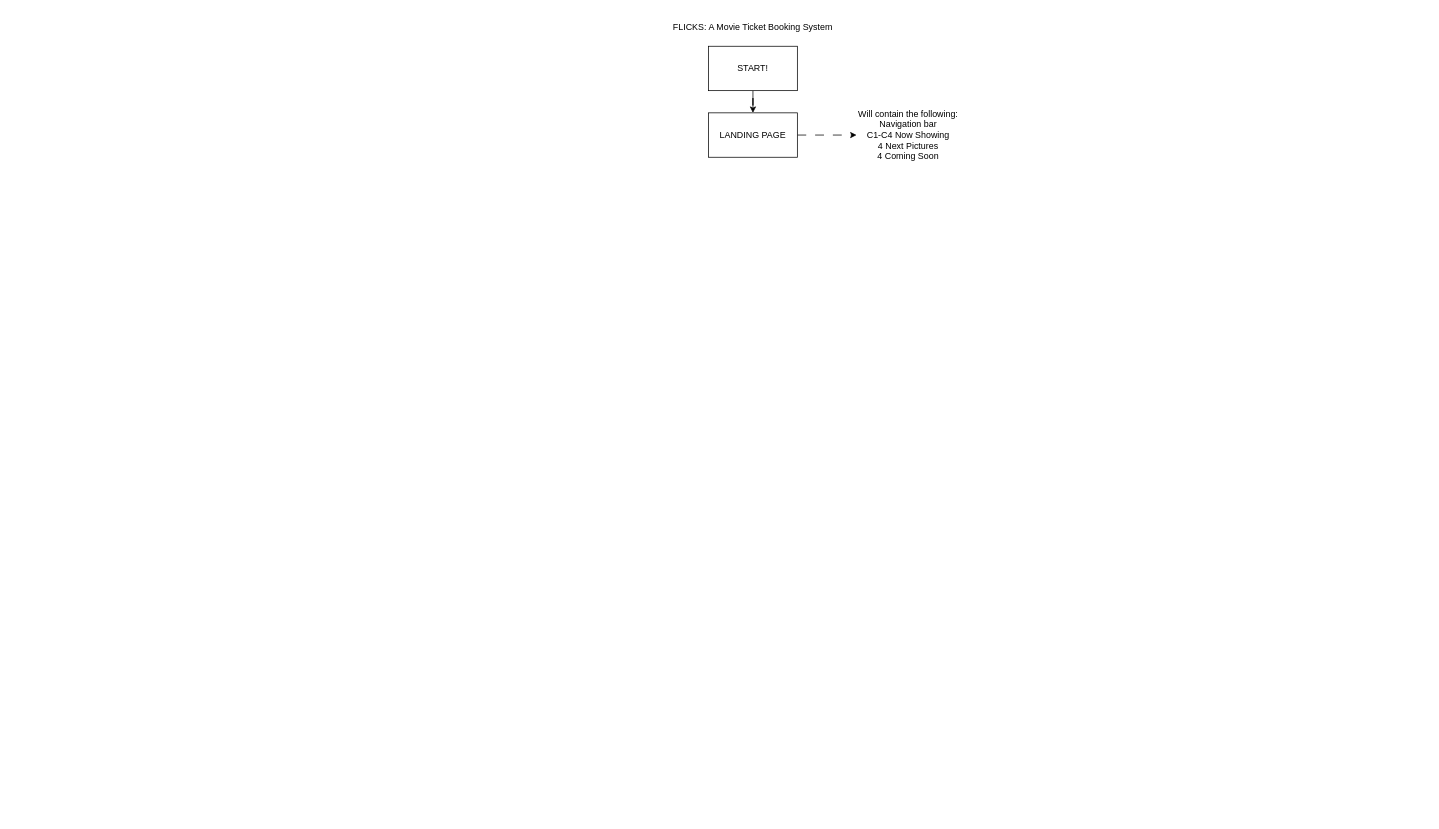
The draw.io diagram FLICKS.drawio in SammDumpingStation/FLICKS-Movie-Ticket-Booking-System, before the edit. Source tidied: cells renumbered, new cells numbered last; positions are measured from the earlier drawing's top-left corner, leaving out a move shared by most shapes. Both pictures are drawn from the tidied source at 74%, with x=0, y=0 at pixel (671, 16).
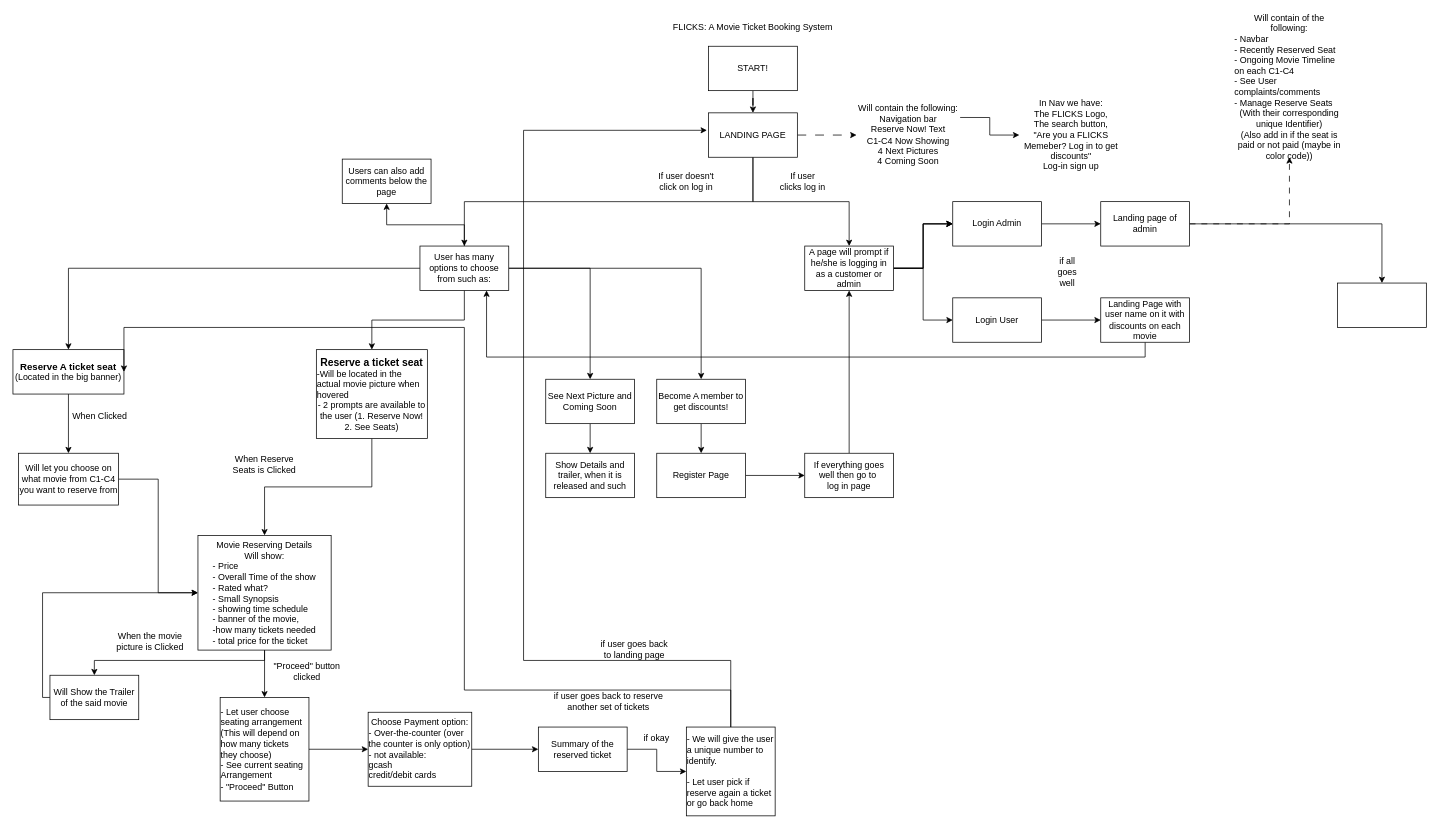
Above is the later version.

Unchanged cells that the change refers to:
```xml
<mxCell id="6" value="LANDING PAGE" style="rounded=0;whiteSpace=wrap;html=1;" parent="1" vertex="1">
  <mxGeometry x="50" y="130" width="120" height="60" as="geometry" />
</mxCell>
```

What changed in the source:
```diff
@@
+    <mxCell id="8" style="edgeStyle=orthogonalEdgeStyle;rounded=0;jettySize=auto;html=1;entryX=0.5;entryY=0;entryDx=0;entryDy=0;" parent="1" edge="1" source="6" target="16">
+      <mxGeometry relative="1" as="geometry">
+        <Array as="points">
+          <mxPoint x="110" y="250" />
+          <mxPoint x="-280" y="250" />
+        </Array>
+      </mxGeometry>
+    </mxCell>
+    <mxCell id="9" style="edgeStyle=orthogonalEdgeStyle;rounded=0;jettySize=auto;html=1;" parent="1" edge="1" source="6" target="22">
+      <mxGeometry relative="1" as="geometry">
+        <Array as="points">
+          <mxPoint x="110" y="250" />
+          <mxPoint x="240" y="250" />
+        </Array>
+      </mxGeometry>
+    </mxCell>
@@
+    <mxCell id="10" style="edgeStyle=orthogonalEdgeStyle;rounded=0;jettySize=auto;html=1;exitX=1;exitY=0.25;exitDx=0;exitDy=0;" parent="1" edge="1" source="7" target="17">
+      <mxGeometry relative="1" as="geometry" />
+    </mxCell>
-    <mxCell id="7" value="&lt;div&gt;Will contain the following:&lt;/div&gt;&lt;div&gt;Navigation bar&lt;/div&gt;&lt;div&gt;C1-C4 Now Showing&lt;/div&gt;&lt;div&gt;4 Next Pictures&lt;/div&gt;&lt;div&gt;4 Coming Soon&lt;/div&gt;" style="text;html=1;align=center;verticalAlign=middle;whiteSpace=wrap;rounded=0;" parent="1" vertex="1">
-      <mxGeometry x="250" y="145" width="140" height="30" as="geometry" />
+    <mxCell id="7" value="&lt;div&gt;Will contain the following:&lt;/div&gt;&lt;div&gt;Navigation bar&lt;br&gt;&lt;/div&gt;&lt;div&gt;Reserve Now! Text&lt;br&gt;&lt;/div&gt;&lt;div&gt;C1-C4 Now Showing&lt;/div&gt;&lt;div&gt;4 Next Pictures&lt;/div&gt;&lt;div&gt;4 Coming Soon&lt;/div&gt;" style="text;html=1;align=center;verticalAlign=middle;whiteSpace=wrap;rounded=0;" parent="1" vertex="1">
+      <mxGeometry x="250" y="112.5" width="140" height="95" as="geometry" />
     </mxCell>
+    <mxCell id="11" style="edgeStyle=orthogonalEdgeStyle;rounded=0;jettySize=auto;html=1;" parent="1" edge="1" source="16" target="26">
+      <mxGeometry relative="1" as="geometry" />
+    </mxCell>
+    <mxCell id="12" style="edgeStyle=orthogonalEdgeStyle;rounded=0;jettySize=auto;html=1;" parent="1" edge="1" source="16" target="28">
+      <mxGeometry relative="1" as="geometry" />
+    </mxCell>
+    <mxCell id="13" style="edgeStyle=orthogonalEdgeStyle;rounded=0;jettySize=auto;html=1;" parent="1" edge="1" source="16" target="30">
+      <mxGeometry relative="1" as="geometry" />
+    </mxCell>
+    <mxCell id="14" style="edgeStyle=orthogonalEdgeStyle;rounded=0;jettySize=auto;html=1;" parent="1" edge="1" source="16" target="32">
+      <mxGeometry relative="1" as="geometry" />
+    </mxCell>
+    <mxCell id="15" style="edgeStyle=orthogonalEdgeStyle;rounded=0;jettySize=auto;html=1;" parent="1" edge="1" source="16" target="72">
+      <mxGeometry relative="1" as="geometry" />
+    </mxCell>
+    <mxCell id="16" value="User has many options to choose from such as:" style="whiteSpace=wrap;html=1;rounded=0;" parent="1" vertex="1">
+      <mxGeometry x="-340" y="310" width="120" height="60" as="geometry" />
+    </mxCell>
+    <mxCell id="17" value="In Nav we have:&lt;br&gt;&lt;div&gt;The FLICKS Logo,&lt;/div&gt;&lt;div&gt;The search button,&lt;/div&gt;&lt;div&gt;&quot;Are you a FLICKS Memeber? Log in to get discounts&quot;&lt;/div&gt;&lt;div&gt;Log-in sign up&lt;br&gt;&lt;/div&gt;" style="text;html=1;align=center;verticalAlign=middle;whiteSpace=wrap;rounded=0;" parent="1" vertex="1">
+      <mxGeometry x="470" y="112.5" width="140" height="95" as="geometry" />
+    </mxCell>
+    <mxCell id="18" style="edgeStyle=orthogonalEdgeStyle;rounded=0;jettySize=auto;html=1;" parent="1" edge="1" source="22" target="62">
+      <mxGeometry relative="1" as="geometry" />
+    </mxCell>
+    <mxCell id="19" style="edgeStyle=orthogonalEdgeStyle;rounded=0;jettySize=auto;html=1;" parent="1" edge="1" source="22" target="62">
+      <mxGeometry relative="1" as="geometry" />
+    </mxCell>
+    <mxCell id="20" style="edgeStyle=orthogonalEdgeStyle;rounded=0;jettySize=auto;html=1;" parent="1" edge="1" source="22" target="62">
+      <mxGeometry relative="1" as="geometry" />
+    </mxCell>
+    <mxCell id="21" style="edgeStyle=orthogonalEdgeStyle;rounded=0;jettySize=auto;html=1;entryX=0;entryY=0.5;entryDx=0;entryDy=0;" parent="1" edge="1" source="22" target="64">
+      <mxGeometry relative="1" as="geometry" />
+    </mxCell>
+    <mxCell id="22" value="A page will prompt if he/she is logging in as a customer or admin" style="whiteSpace=wrap;html=1;rounded=0;" parent="1" vertex="1">
+      <mxGeometry x="180" y="310" width="120" height="60" as="geometry" />
+    </mxCell>
+    <mxCell id="23" value="If user doesn't click on log in" style="text;html=1;align=center;verticalAlign=middle;whiteSpace=wrap;rounded=0;" parent="1" vertex="1">
+      <mxGeometry x="-30" y="207.5" width="100" height="30" as="geometry" />
+    </mxCell>
+    <mxCell id="24" value="If user clicks log in" style="text;html=1;align=center;verticalAlign=middle;whiteSpace=wrap;rounded=0;" parent="1" vertex="1">
+      <mxGeometry x="145" y="207.5" width="65" height="30" as="geometry" />
+    </mxCell>
+    <mxCell id="25" style="edgeStyle=orthogonalEdgeStyle;rounded=0;jettySize=auto;html=1;" parent="1" edge="1" source="26" target="34">
+      <mxGeometry relative="1" as="geometry" />
+    </mxCell>
+    <mxCell id="26" value="&lt;div&gt;&lt;b&gt;&lt;font style=&quot;font-size: 13px;&quot;&gt;Reserve A ticket seat&lt;/font&gt;&lt;/b&gt;&lt;/div&gt;&lt;div&gt;(Located in the big banner)&lt;/div&gt;" style="whiteSpace=wrap;html=1;rounded=0;" parent="1" vertex="1">
+      <mxGeometry x="-890" y="450" width="150" height="60" as="geometry" />
+    </mxCell>
+    <mxCell id="27" style="edgeStyle=orthogonalEdgeStyle;rounded=0;jettySize=auto;html=1;" parent="1" edge="1" source="28" target="38">
+      <mxGeometry relative="1" as="geometry" />
+    </mxCell>
+    <mxCell id="28" value="&lt;div&gt;&lt;font style=&quot;font-size: 14px;&quot;&gt;&lt;b&gt;Reserve a ticket seat &lt;/b&gt;&lt;/font&gt;&lt;br&gt;&lt;/div&gt;&lt;div align=&quot;left&quot;&gt;-Will be located in the actual movie picture when hovered&lt;br&gt;&lt;/div&gt;&lt;div&gt;- 2 prompts are available to the user (1. Reserve Now! 2. See Seats)&lt;br&gt;&lt;/div&gt;" style="whiteSpace=wrap;html=1;rounded=0;" parent="1" vertex="1">
+      <mxGeometry x="-480" y="450" width="150" height="120" as="geometry" />
+    </mxCell>
+    <mxCell id="29" style="edgeStyle=orthogonalEdgeStyle;rounded=0;jettySize=auto;html=1;" parent="1" edge="1" source="30" target="56">
+      <mxGeometry relative="1" as="geometry" />
+    </mxCell>
+    <mxCell id="30" value="See Next Picture and Coming Soon" style="whiteSpace=wrap;html=1;rounded=0;" parent="1" vertex="1">
+      <mxGeometry x="-170" y="490" width="120" height="60" as="geometry" />
+    </mxCell>
+    <mxCell id="31" style="edgeStyle=orthogonalEdgeStyle;rounded=0;jettySize=auto;html=1;" parent="1" edge="1" source="32" target="58">
+      <mxGeometry relative="1" as="geometry" />
+    </mxCell>
+    <mxCell id="32" value="Become A member to get discounts!" style="whiteSpace=wrap;html=1;rounded=0;" parent="1" vertex="1">
+      <mxGeometry x="-20" y="490" width="120" height="60" as="geometry" />
+    </mxCell>
+    <mxCell id="33" style="edgeStyle=orthogonalEdgeStyle;rounded=0;jettySize=auto;html=1;entryX=0;entryY=0.5;entryDx=0;entryDy=0;" parent="1" edge="1" source="34" target="38">
+      <mxGeometry relative="1" as="geometry" />
+    </mxCell>
+    <mxCell id="34" value="Will let you choose on what movie from C1-C4 you want to reserve from" style="whiteSpace=wrap;html=1;rounded=0;" parent="1" vertex="1">
+      <mxGeometry x="-882.5" y="590" width="135" height="70" as="geometry" />
+    </mxCell>
+    <mxCell id="35" value="When Clicked" style="text;html=1;align=center;verticalAlign=middle;whiteSpace=wrap;rounded=0;" parent="1" vertex="1">
+      <mxGeometry x="-815" y="525" width="85" height="30" as="geometry" />
+    </mxCell>
+    <mxCell id="36" style="edgeStyle=orthogonalEdgeStyle;rounded=0;jettySize=auto;html=1;" parent="1" edge="1" source="38" target="41">
+      <mxGeometry relative="1" as="geometry">
+        <Array as="points">
+          <mxPoint x="-550" y="870" />
+          <mxPoint x="-780" y="870" />
+        </Array>
+      </mxGeometry>
+    </mxCell>
+    <mxCell id="37" style="edgeStyle=orthogonalEdgeStyle;rounded=0;jettySize=auto;html=1;" parent="1" edge="1" source="38" target="44">
+      <mxGeometry relative="1" as="geometry" />
+    </mxCell>
+    <mxCell id="38" value="Movie Reserving Details&lt;br&gt;Will show:&lt;br&gt;&lt;div align=&quot;left&quot;&gt;- Price&lt;/div&gt;&lt;div align=&quot;left&quot;&gt;- Overall Time of the show&lt;/div&gt;&lt;div align=&quot;left&quot;&gt;- Rated what?&lt;br&gt;&lt;/div&gt;&lt;div align=&quot;left&quot;&gt;- Small Synopsis&lt;/div&gt;&lt;div align=&quot;left&quot;&gt;- showing time schedule&lt;br&gt;&lt;/div&gt;&lt;div align=&quot;left&quot;&gt;- banner of the movie, &lt;br&gt;&lt;/div&gt;&lt;div align=&quot;left&quot;&gt;-how many tickets needed&lt;/div&gt;&lt;div align=&quot;left&quot;&gt;- total price for the ticket&lt;/div&gt;" style="whiteSpace=wrap;html=1;rounded=0;" parent="1" vertex="1">
+      <mxGeometry x="-640" y="701" width="180" height="155" as="geometry" />
+    </mxCell>
+    <mxCell id="39" value="When Reserve Seats is Clicked" style="text;html=1;align=center;verticalAlign=middle;whiteSpace=wrap;rounded=0;" parent="1" vertex="1">
+      <mxGeometry x="-600" y="590" width="100" height="30" as="geometry" />
+    </mxCell>
+    <mxCell id="40" style="edgeStyle=orthogonalEdgeStyle;rounded=0;jettySize=auto;html=1;entryX=0;entryY=0.5;entryDx=0;entryDy=0;" parent="1" edge="1" source="41" target="38">
+      <mxGeometry relative="1" as="geometry">
+        <Array as="points">
+          <mxPoint x="-850" y="920" />
+          <mxPoint x="-850" y="778" />
+          <mxPoint x="-640" y="778" />
+        </Array>
+      </mxGeometry>
+    </mxCell>
+    <mxCell id="41" value="Will Show the Trailer of the said movie" style="whiteSpace=wrap;html=1;rounded=0;" parent="1" vertex="1">
+      <mxGeometry x="-840" y="890" width="120" height="60" as="geometry" />
+    </mxCell>
+    <mxCell id="42" value="When the movie picture is Clicked" style="text;html=1;align=center;verticalAlign=middle;whiteSpace=wrap;rounded=0;" parent="1" vertex="1">
+      <mxGeometry x="-752" y="830" width="95" height="30" as="geometry" />
+    </mxCell>
+    <mxCell id="43" style="edgeStyle=orthogonalEdgeStyle;rounded=0;jettySize=auto;html=1;" parent="1" edge="1" source="44" target="47">
+      <mxGeometry relative="1" as="geometry" />
+    </mxCell>
+    <mxCell id="44" value="&lt;div align=&quot;left&quot;&gt;- Let user choose seating arrangement (This will depend on how many tickets they choose)&lt;br&gt;&lt;/div&gt;&lt;div align=&quot;left&quot;&gt;- See current seating Arrangement&lt;/div&gt;&lt;div align=&quot;left&quot;&gt;- &quot;Proceed&quot; Button&lt;br&gt;&lt;/div&gt;" style="whiteSpace=wrap;html=1;rounded=0;" parent="1" vertex="1">
+      <mxGeometry x="-610" y="920" width="120" height="140" as="geometry" />
+    </mxCell>
+    <mxCell id="45" value="&quot;Proceed&quot; button clicked" style="text;html=1;align=center;verticalAlign=middle;whiteSpace=wrap;rounded=0;" parent="1" vertex="1">
+      <mxGeometry x="-540" y="870" width="95" height="30" as="geometry" />
+    </mxCell>
+    <mxCell id="46" style="edgeStyle=orthogonalEdgeStyle;rounded=0;jettySize=auto;html=1;" parent="1" edge="1" source="47" target="49">
+      <mxGeometry relative="1" as="geometry" />
+    </mxCell>
+    <mxCell id="47" value="Choose Payment option:&lt;br&gt;&lt;div align=&quot;left&quot;&gt;- Over-the-counter (over the counter is only option)&lt;br&gt;&lt;/div&gt;&lt;div align=&quot;left&quot;&gt;- not available: &lt;br&gt;&lt;/div&gt;&lt;div align=&quot;left&quot;&gt;gcash&lt;/div&gt;&lt;div align=&quot;left&quot;&gt;credit/debit cards&lt;br&gt;&lt;/div&gt;" style="whiteSpace=wrap;html=1;rounded=0;" parent="1" vertex="1">
+      <mxGeometry x="-410" y="940" width="140" height="100" as="geometry" />
+    </mxCell>
+    <mxCell id="48" style="edgeStyle=orthogonalEdgeStyle;rounded=0;jettySize=auto;html=1;" parent="1" edge="1" source="49" target="51">
+      <mxGeometry relative="1" as="geometry" />
+    </mxCell>
+    <mxCell id="49" value="Summary of the reserved ticket" style="whiteSpace=wrap;html=1;rounded=0;" parent="1" vertex="1">
+      <mxGeometry x="-180" y="960" width="120" height="60" as="geometry" />
+    </mxCell>
+    <mxCell id="50" style="edgeStyle=orthogonalEdgeStyle;rounded=0;jettySize=auto;html=1;entryX=1;entryY=0.5;entryDx=0;entryDy=0;" parent="1" edge="1" source="51" target="26">
+      <mxGeometry relative="1" as="geometry">
+        <Array as="points">
+          <mxPoint x="80" y="910" />
+          <mxPoint x="-280" y="910" />
+          <mxPoint x="-280" y="420" />
+          <mxPoint x="-740" y="420" />
+        </Array>
+      </mxGeometry>
+    </mxCell>
+    <mxCell id="51" value="&lt;div align=&quot;left&quot;&gt;- We will give the user a unique number to identify.&lt;/div&gt;&lt;div align=&quot;left&quot;&gt;&lt;br&gt;&lt;/div&gt;&lt;div align=&quot;left&quot;&gt;- Let user pick if reserve again a ticket or go back home&lt;/div&gt;" style="whiteSpace=wrap;html=1;rounded=0;" parent="1" vertex="1">
+      <mxGeometry x="20" y="960" width="120" height="120" as="geometry" />
+    </mxCell>
+    <mxCell id="52" value="if okay" style="text;html=1;align=center;verticalAlign=middle;whiteSpace=wrap;rounded=0;" parent="1" vertex="1">
+      <mxGeometry x="-50" y="960" width="60" height="30" as="geometry" />
+    </mxCell>
+    <mxCell id="53" style="edgeStyle=orthogonalEdgeStyle;rounded=0;jettySize=auto;html=1;entryX=-0.018;entryY=0.393;entryDx=0;entryDy=0;entryPerimeter=0;" parent="1" edge="1" source="51" target="6">
+      <mxGeometry relative="1" as="geometry">
+        <Array as="points">
+          <mxPoint x="80" y="870" />
+          <mxPoint x="-200" y="870" />
+          <mxPoint x="-200" y="154" />
+        </Array>
+      </mxGeometry>
+    </mxCell>
+    <mxCell id="54" value="if user goes back to landing page" style="text;html=1;align=center;verticalAlign=middle;whiteSpace=wrap;rounded=0;" parent="1" vertex="1">
+      <mxGeometry x="-100" y="840" width="100" height="30" as="geometry" />
+    </mxCell>
+    <mxCell id="55" value="if user goes back to reserve another set of tickets" style="text;html=1;align=center;verticalAlign=middle;whiteSpace=wrap;rounded=0;" parent="1" vertex="1">
+      <mxGeometry x="-160" y="910" width="150" height="30" as="geometry" />
+    </mxCell>
+    <mxCell id="56" value="Show Details and trailer, when it is released and such" style="whiteSpace=wrap;html=1;rounded=0;" parent="1" vertex="1">
+      <mxGeometry x="-170" y="590" width="120" height="60" as="geometry" />
+    </mxCell>
+    <mxCell id="57" style="edgeStyle=orthogonalEdgeStyle;rounded=0;jettySize=auto;html=1;" parent="1" edge="1" source="58" target="60">
+      <mxGeometry relative="1" as="geometry" />
+    </mxCell>
+    <mxCell id="58" value="Register Page" style="whiteSpace=wrap;html=1;rounded=0;" parent="1" vertex="1">
+      <mxGeometry x="-20" y="590" width="120" height="60" as="geometry" />
+    </mxCell>
+    <mxCell id="59" style="edgeStyle=orthogonalEdgeStyle;rounded=0;jettySize=auto;html=1;entryX=0.5;entryY=1;entryDx=0;entryDy=0;" parent="1" edge="1" source="60" target="22">
+      <mxGeometry relative="1" as="geometry" />
+    </mxCell>
+    <mxCell id="60" value="&lt;div&gt;If everything goes well then go to&amp;nbsp;&lt;/div&gt;&lt;div&gt;log in page&lt;/div&gt;" style="whiteSpace=wrap;html=1;rounded=0;" parent="1" vertex="1">
+      <mxGeometry x="180" y="590" width="120" height="60" as="geometry" />
+    </mxCell>
+    <mxCell id="61" style="edgeStyle=orthogonalEdgeStyle;rounded=0;jettySize=auto;html=1;" parent="1" edge="1" source="62" target="67">
+      <mxGeometry relative="1" as="geometry" />
+    </mxCell>
+    <mxCell id="62" value="Login Admin" style="whiteSpace=wrap;html=1;rounded=0;" parent="1" vertex="1">
+      <mxGeometry x="380" y="250" width="120" height="60" as="geometry" />
+    </mxCell>
+    <mxCell id="63" style="edgeStyle=orthogonalEdgeStyle;rounded=0;jettySize=auto;html=1;" parent="1" edge="1" source="64" target="69">
+      <mxGeometry relative="1" as="geometry" />
+    </mxCell>
+    <mxCell id="64" value="Login User" style="whiteSpace=wrap;html=1;rounded=0;" parent="1" vertex="1">
+      <mxGeometry x="380" y="380" width="120" height="60" as="geometry" />
+    </mxCell>
+    <mxCell id="65" style="edgeStyle=orthogonalEdgeStyle;rounded=0;jettySize=auto;html=1;" parent="1" edge="1" source="67" target="71">
+      <mxGeometry relative="1" as="geometry" />
+    </mxCell>
+    <mxCell id="66" style="edgeStyle=orthogonalEdgeStyle;rounded=0;jettySize=auto;html=1;exitX=1;exitY=0.5;exitDx=0;exitDy=0;dashed=1;dashPattern=8 8;" parent="1" edge="1" source="67" target="73">
+      <mxGeometry relative="1" as="geometry" />
+    </mxCell>
+    <mxCell id="67" value="Landing page of admin" style="whiteSpace=wrap;html=1;rounded=0;" parent="1" vertex="1">
+      <mxGeometry x="580" y="250" width="120" height="60" as="geometry" />
+    </mxCell>
+    <mxCell id="68" style="edgeStyle=orthogonalEdgeStyle;rounded=0;jettySize=auto;html=1;entryX=0.75;entryY=1;entryDx=0;entryDy=0;exitX=0.5;exitY=1;exitDx=0;exitDy=0;" parent="1" edge="1" source="69" target="16">
+      <mxGeometry relative="1" as="geometry" />
+    </mxCell>
+    <mxCell id="69" value="Landing Page with user name on it with discounts on each movie" style="whiteSpace=wrap;html=1;rounded=0;" parent="1" vertex="1">
+      <mxGeometry x="580" y="380" width="120" height="60" as="geometry" />
+    </mxCell>
+    <mxCell id="70" value="if all goes well" style="text;html=1;align=center;verticalAlign=middle;whiteSpace=wrap;rounded=0;" parent="1" vertex="1">
+      <mxGeometry x="510" y="330" width="50" height="30" as="geometry" />
+    </mxCell>
+    <mxCell id="71" style="rounded=0;whiteSpace=wrap;html=1;" parent="1" vertex="1">
+      <mxGeometry x="900" y="360" width="120" height="60" as="geometry" />
+    </mxCell>
+    <mxCell id="72" value="Users can also add comments below the page" style="whiteSpace=wrap;html=1;rounded=0;" parent="1" vertex="1">
+      <mxGeometry x="-445" y="192.5" width="120" height="60" as="geometry" />
+    </mxCell>
+    <mxCell id="73" value="&lt;div&gt;Will contain of the following:&lt;/div&gt;&lt;div align=&quot;left&quot;&gt;- Navbar&lt;/div&gt;&lt;div align=&quot;left&quot;&gt;- Recently Reserved Seat&lt;/div&gt;&lt;div align=&quot;left&quot;&gt;- Ongoing Movie Timeline on each C1-C4&lt;/div&gt;&lt;div align=&quot;left&quot;&gt;- See User complaints/comments&lt;/div&gt;&lt;div align=&quot;left&quot;&gt;- Manage Reserve Seats &lt;br&gt;&lt;/div&gt;&lt;div&gt;(With their corresponding unique Identifier)&lt;/div&gt;&lt;div&gt;(Also add in if the seat is paid or not paid (maybe in color code))&lt;br&gt;&lt;/div&gt;" style="text;html=1;align=center;verticalAlign=middle;whiteSpace=wrap;rounded=0;" parent="1" vertex="1">
+      <mxGeometry x="760" width="150" height="190" as="geometry" />
+    </mxCell>
```
